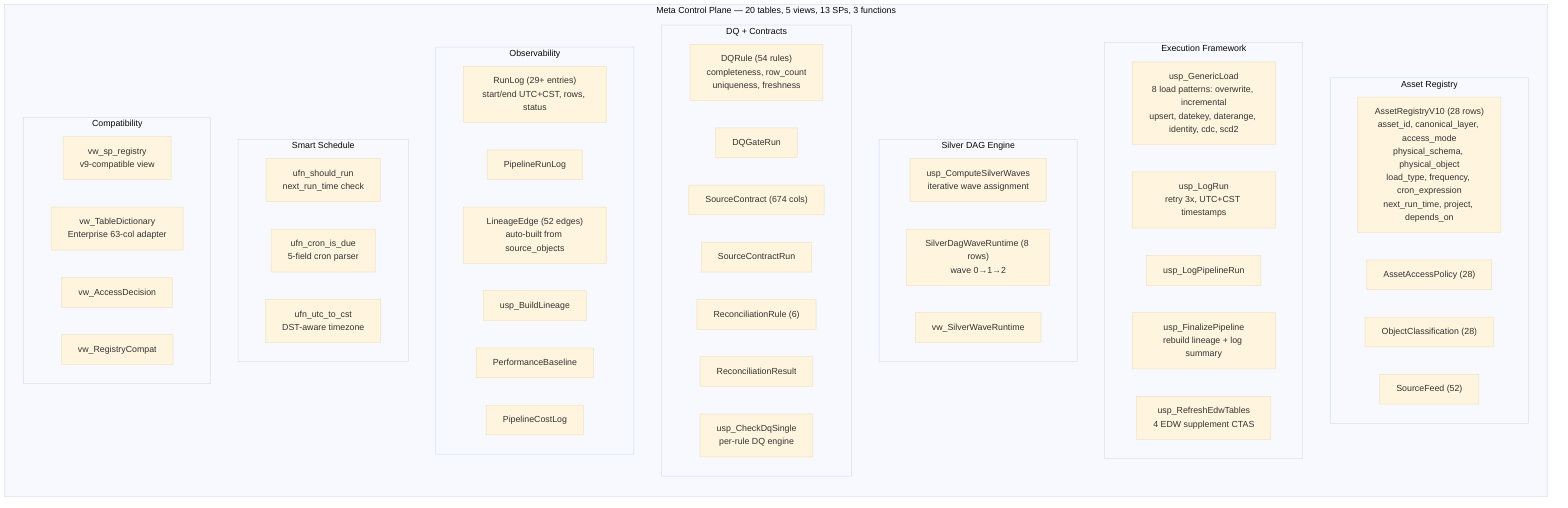
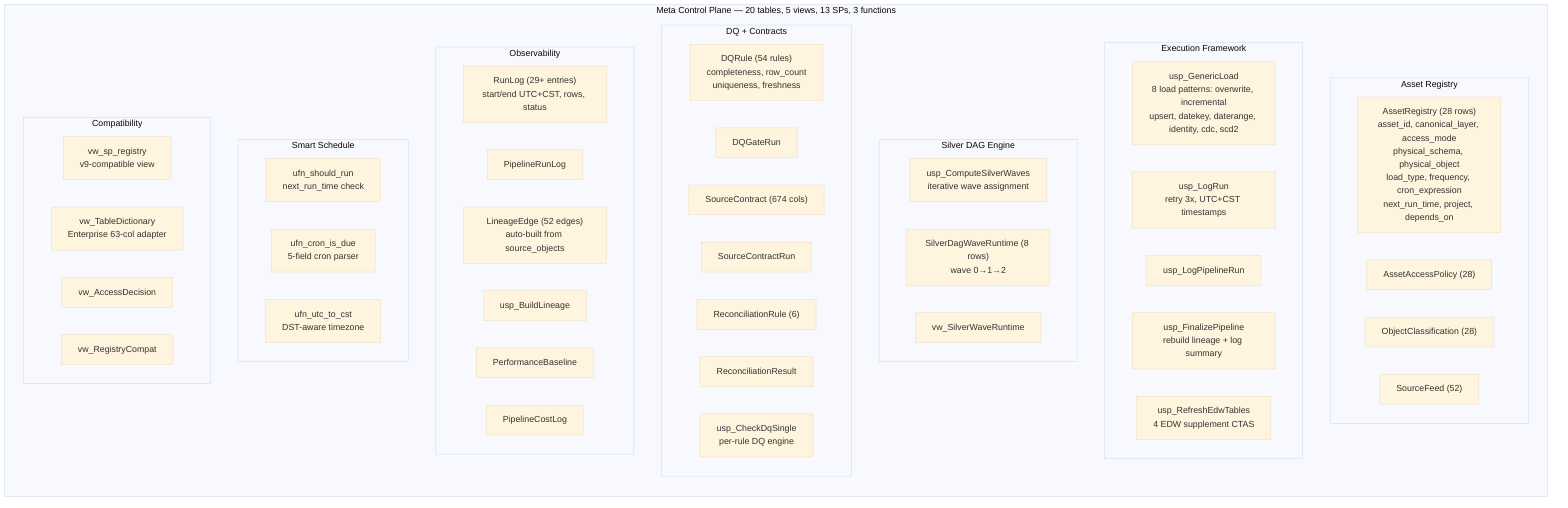
%%{init: {'theme': 'base'}}%%
flowchart LR
    subgraph CP["Meta Control Plane — 20 tables, 5 views, 13 SPs, 3 functions"]
        direction TB

        subgraph REGISTRY["Asset Registry"]
-             AR["AssetRegistryV10 (28 rows)<br/>asset_id, canonical_layer, access_mode<br/>physical_schema, physical_object<br/>load_type, frequency, cron_expression<br/>next_run_time, project, depends_on"]
+             AR["AssetRegistry (28 rows)<br/>asset_id, canonical_layer, access_mode<br/>physical_schema, physical_object<br/>load_type, frequency, cron_expression<br/>next_run_time, project, depends_on"]
            AAP["AssetAccessPolicy (28)"]
            OC["ObjectClassification (28)"]
            SF["SourceFeed (52)"]
        end

        subgraph EXECUTION["Execution Framework"]
            GL["usp_GenericLoad<br/>8 load patterns: overwrite, incremental<br/>upsert, datekey, daterange, identity, cdc, scd2"]
            LR2["usp_LogRun<br/>retry 3x, UTC+CST timestamps"]
            LPR["usp_LogPipelineRun"]
            FP["usp_FinalizePipeline<br/>rebuild lineage + log summary"]
            RET["usp_RefreshEdwTables<br/>4 EDW supplement CTAS"]
        end

        subgraph DAG["Silver DAG Engine"]
            CSW["usp_ComputeSilverWaves<br/>iterative wave assignment"]
            WRT["SilverDagWaveRuntime (8 rows)<br/>wave 0→1→2"]
            VW["vw_SilverWaveRuntime"]
        end

        subgraph QUALITY["DQ + Contracts"]
            DQR["DQRule (54 rules)<br/>completeness, row_count<br/>uniqueness, freshness"]
            DQG["DQGateRun"]
            SC2["SourceContract (674 cols)"]
            SCR["SourceContractRun"]
            RR["ReconciliationRule (6)"]
            RRE["ReconciliationResult"]
            DQS["usp_CheckDqSingle<br/>per-rule DQ engine"]
        end

        subgraph OBSERVABILITY["Observability"]
            RL["RunLog (29+ entries)<br/>start/end UTC+CST, rows, status"]
            PRL["PipelineRunLog"]
            LE["LineageEdge (52 edges)<br/>auto-built from source_objects"]
            BL["usp_BuildLineage"]
            PB["PerformanceBaseline"]
            PCL["PipelineCostLog"]
        end

        subgraph SCHEDULE["Smart Schedule"]
            UFN1["ufn_should_run<br/>next_run_time check"]
            UFN2["ufn_cron_is_due<br/>5-field cron parser"]
            UFN3["ufn_utc_to_cst<br/>DST-aware timezone"]
        end

        subgraph COMPAT["Compatibility"]
            VSR["vw_sp_registry<br/>v9-compatible view"]
            VTD["vw_TableDictionary<br/>Enterprise 63-col adapter"]
            VAD["vw_AccessDecision"]
            VRC["vw_RegistryCompat"]
        end
    end
